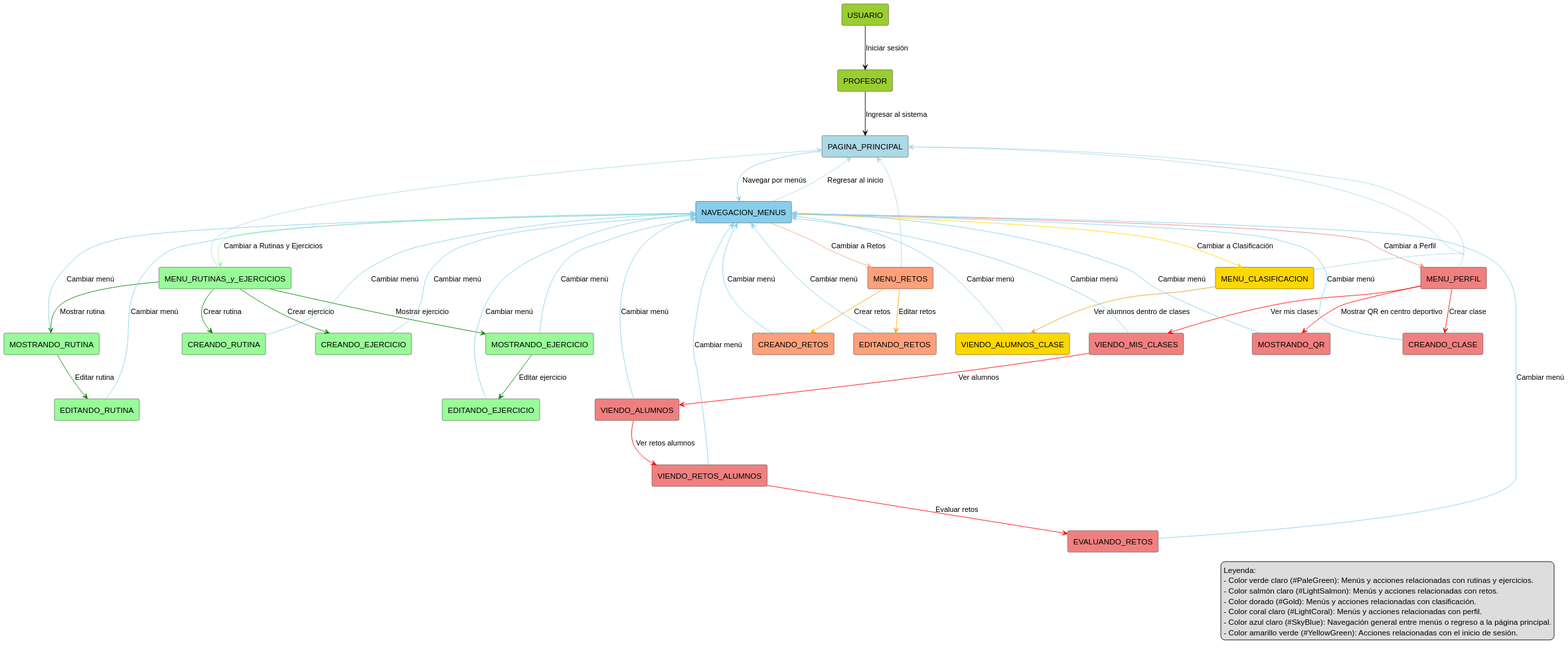
Above: Documentos/Imagenes/DiagramasContexto/DiagramasDeContextoProfesor/ProfesorContexto.svg in mmasias/24-25-IdSw1-SDR (PlantUML), before the change.
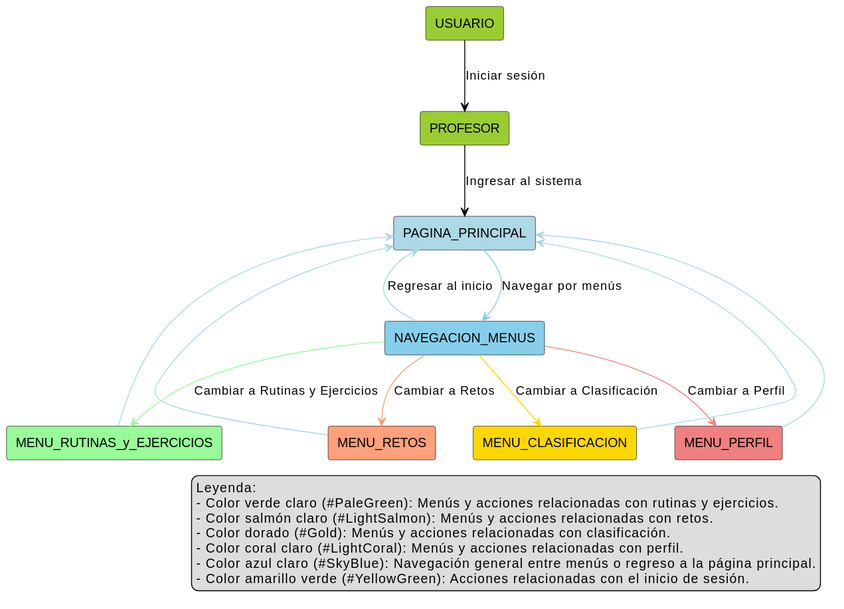
The same file after the commit.

Change to the diagram source:
```diff
@@ -11,25 +11,6 @@
 RECTANGLE(MENU_CLASIFICACION) #Gold
 RECTANGLE(MENU_PERFIL) #LightCoral
 
-RECTANGLE(CREANDO_RUTINA) #PaleGreen
-RECTANGLE(MOSTRANDO_RUTINA) #PaleGreen
-RECTANGLE(EDITANDO_RUTINA) #PaleGreen
-RECTANGLE(CREANDO_EJERCICIO) #PaleGreen
-RECTANGLE(MOSTRANDO_EJERCICIO) #PaleGreen
-RECTANGLE(EDITANDO_EJERCICIO) #PaleGreen
-
-RECTANGLE(CREANDO_RETOS) #LightSalmon
-RECTANGLE(EDITANDO_RETOS) #LightSalmon
-
-RECTANGLE(VIENDO_ALUMNOS_CLASE) #Gold
-
-RECTANGLE(CREANDO_CLASE) #LightCoral
-RECTANGLE(MOSTRANDO_QR) #LightCoral
-RECTANGLE(VIENDO_MIS_CLASES) #LightCoral
-RECTANGLE(VIENDO_ALUMNOS) #LightCoral
-RECTANGLE(VIENDO_RETOS_ALUMNOS) #LightCoral
-RECTANGLE(EVALUANDO_RETOS) #LightCoral
-
 USUARIO -[#Black]-> PROFESOR : Iniciar sesión
 PROFESOR -[#Black]-> PAGINA_PRINCIPAL : Ingresar al sistema
 PAGINA_PRINCIPAL -[#SkyBlue]-> NAVEGACION_MENUS : Navegar por menús
@@ -39,46 +20,6 @@
 NAVEGACION_MENUS -[#Gold]-> MENU_CLASIFICACION : Cambiar a Clasificación
 NAVEGACION_MENUS -[#LightCoral]-> MENU_PERFIL : Cambiar a Perfil
 NAVEGACION_MENUS -[#LightBlue]-> PAGINA_PRINCIPAL : Regresar al inicio
-
-MENU_RUTINAS_y_EJERCICIOS -[#Green]-> CREANDO_RUTINA : Crear rutina
-MENU_RUTINAS_y_EJERCICIOS -[#Green]-> CREANDO_EJERCICIO : Crear ejercicio
-MENU_RUTINAS_y_EJERCICIOS -[#Green]-> MOSTRANDO_RUTINA : Mostrar rutina
-MENU_RUTINAS_y_EJERCICIOS -[#Green]-> MOSTRANDO_EJERCICIO : Mostrar ejercicio
-MOSTRANDO_RUTINA -[#Green]-> EDITANDO_RUTINA : Editar rutina
-MOSTRANDO_EJERCICIO -[#Green]-> EDITANDO_EJERCICIO : Editar ejercicio
-
-MENU_RETOS -[#Orange]-> CREANDO_RETOS : Crear retos
-MENU_RETOS -[#Orange]-> EDITANDO_RETOS : Editar retos
-
-MENU_CLASIFICACION -[#GoldenRod]->  VIENDO_ALUMNOS_CLASE : Ver alumnos dentro de clases
-
-MENU_PERFIL -[#Red]-> CREANDO_CLASE : Crear clase
-MENU_PERFIL -[#Red]-> MOSTRANDO_QR : Mostrar QR en centro deportivo
-MENU_PERFIL -[#Red]-> VIENDO_MIS_CLASES : Ver mis clases
-VIENDO_MIS_CLASES -[#Red]-> VIENDO_ALUMNOS : Ver alumnos
-VIENDO_ALUMNOS -[#Red]-> VIENDO_RETOS_ALUMNOS : Ver retos alumnos
-VIENDO_RETOS_ALUMNOS -[#Red]-> EVALUANDO_RETOS : Evaluar retos
-
-CREANDO_RUTINA -[#SkyBlue]-> NAVEGACION_MENUS : Cambiar menú
-MOSTRANDO_RUTINA -[#SkyBlue]-> NAVEGACION_MENUS : Cambiar menú
-EDITANDO_RUTINA -[#SkyBlue]-> NAVEGACION_MENUS : Cambiar menú
-CREANDO_EJERCICIO -[#SkyBlue]-> NAVEGACION_MENUS : Cambiar menú
-MOSTRANDO_EJERCICIO -[#SkyBlue]-> NAVEGACION_MENUS : Cambiar menú
-EDITANDO_EJERCICIO -[#SkyBlue]-> NAVEGACION_MENUS : Cambiar menú
-
-CREANDO_RETOS -[#SkyBlue]-> NAVEGACION_MENUS : Cambiar menú
-EDITANDO_RETOS -[#SkyBlue]-> NAVEGACION_MENUS : Cambiar menú
-
-
-VIENDO_ALUMNOS_CLASE -[#SkyBlue]-> NAVEGACION_MENUS : Cambiar menú
-
-CREANDO_CLASE -[#SkyBlue]-> NAVEGACION_MENUS : Cambiar menú
-MOSTRANDO_QR -[#SkyBlue]-> NAVEGACION_MENUS : Cambiar menú
-VIENDO_MIS_CLASES -[#SkyBlue]-> NAVEGACION_MENUS : Cambiar menú
-VIENDO_ALUMNOS -[#SkyBlue]-> NAVEGACION_MENUS : Cambiar menú
-VIENDO_RETOS_ALUMNOS -[#SkyBlue]-> NAVEGACION_MENUS : Cambiar menú
-EVALUANDO_RETOS -[#SkyBlue]-> NAVEGACION_MENUS : Cambiar menú
-
 
 MENU_RUTINAS_y_EJERCICIOS -[#LightBlue]-> PAGINA_PRINCIPAL
 MENU_CLASIFICACION -[#LightBlue]-> PAGINA_PRINCIPAL
```
